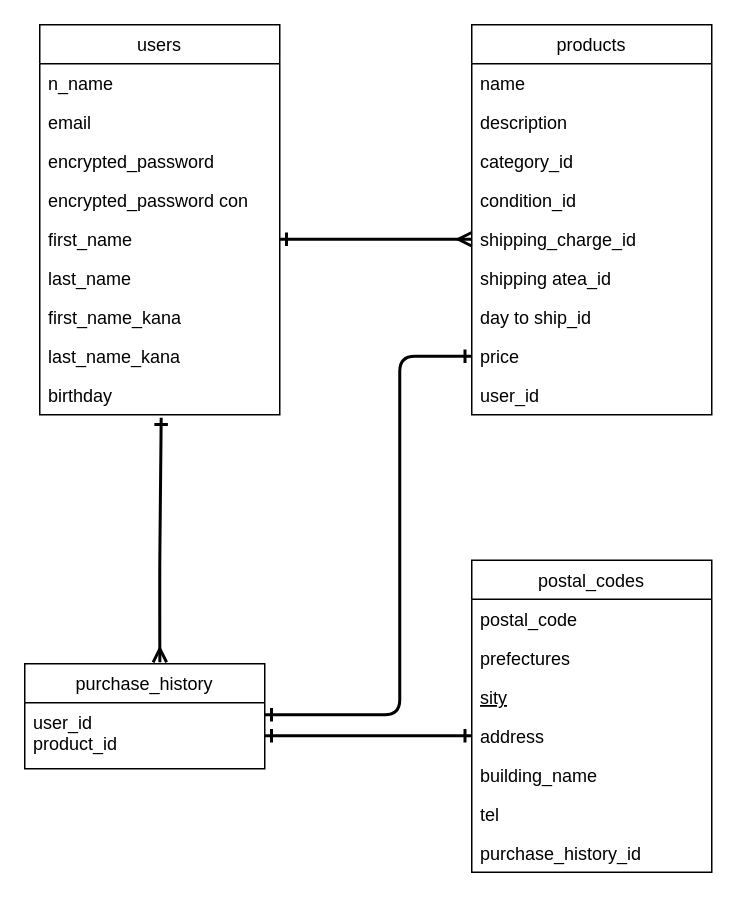
Earlier version of the draw.io diagram furima.dio (ginia3150/furima-35719). Source tidied: cells renumbered, new cells numbered last; positions are measured from the earlier drawing's top-left corner, leaving out a move shared by most shapes. Both pictures are drawn from the tidied source at 150%, with x=0, y=0 at pixel (24, 24).
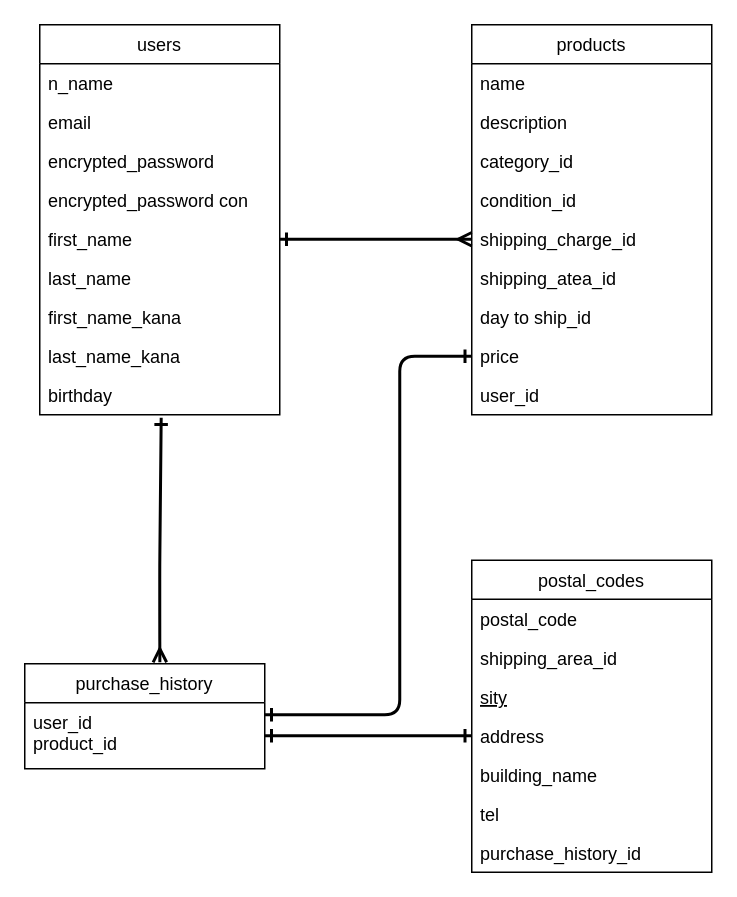
The same page after the edit.

Unchanged cells that the change refers to:
```xml
<mxCell id="12" value="postal_codes" style="swimlane;fontStyle=0;align=center;verticalAlign=top;horizontal=1;startSize=26;rounded=0;shadow=0;strokeWidth=1;" parent="1" vertex="1">
  <mxGeometry x="298" y="357" width="160" height="208" as="geometry" />
</mxCell>
<mxCell id="23" value="products" style="swimlane;fontStyle=0;align=center;verticalAlign=top;horizontal=1;startSize=26;rounded=0;shadow=0;strokeWidth=1;" parent="1" vertex="1">
  <mxGeometry x="298" width="160" height="260" as="geometry" />
</mxCell>
```

Change to the diagram source:
```diff
@@
-    <mxCell id="14" value="prefectures" style="text;align=left;verticalAlign=top;spacingLeft=4;spacingRight=4;overflow=hidden;rounded=0;shadow=0;html=0;" parent="12" vertex="1">
+    <mxCell id="14" value="shipping_area_id" style="text;align=left;verticalAlign=top;spacingLeft=4;spacingRight=4;overflow=hidden;rounded=0;shadow=0;html=0;" parent="12" vertex="1">
       <mxGeometry y="52" width="160" height="26" as="geometry" />
     </mxCell>
@@
-    <mxCell id="29" value="shipping atea_id" style="text;align=left;verticalAlign=top;spacingLeft=4;spacingRight=4;overflow=hidden;" parent="23" vertex="1">
+    <mxCell id="29" value="shipping_atea_id" style="text;align=left;verticalAlign=top;spacingLeft=4;spacingRight=4;overflow=hidden;" parent="23" vertex="1">
       <mxGeometry y="156" width="160" height="26" as="geometry" />
     </mxCell>
```
